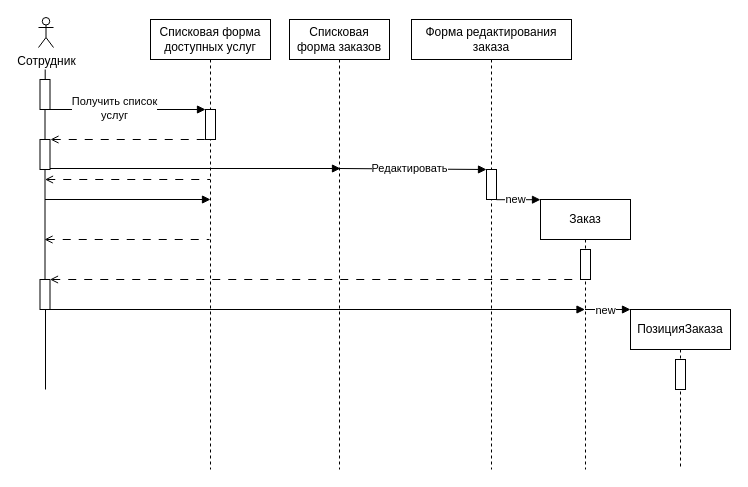
Mejioy/PPO keeps this draw.io diagram as Sequence.drawio. Above is the earlier version. Source tidied: cells renumbered, new cells numbered last; positions are measured from the earlier drawing's top-left corner, leaving out a move shared by most shapes. Both pictures are drawn from the tidied source at 100%, with x=0, y=0 at pixel (38, 17).
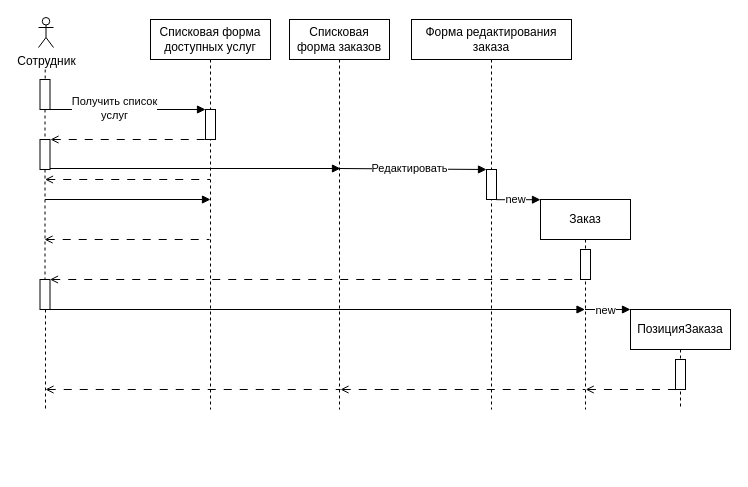
The same page after the edit.

The change refers to these unchanged cells:
```xml
<mxCell id="10" style="html=1;points=[];perimeter=orthogonalPerimeter;outlineConnect=0;targetShapes=umlLifeline;portConstraint=eastwest;newEdgeStyle={&quot;edgeStyle&quot;:&quot;elbowEdgeStyle&quot;,&quot;elbow&quot;:&quot;vertical&quot;,&quot;curved&quot;:0,&quot;rounded&quot;:0};" parent="1" vertex="1">
  <mxGeometry x="1.5" y="62" width="10" height="30" as="geometry" />
</mxCell>
<mxCell id="14" style="html=1;points=[];perimeter=orthogonalPerimeter;outlineConnect=0;targetShapes=umlLifeline;portConstraint=eastwest;newEdgeStyle={&quot;edgeStyle&quot;:&quot;elbowEdgeStyle&quot;,&quot;elbow&quot;:&quot;vertical&quot;,&quot;curved&quot;:0,&quot;rounded&quot;:0};" parent="1" vertex="1">
  <mxGeometry x="1.5" y="122" width="10" height="30" as="geometry" />
</mxCell>
<mxCell id="25" style="html=1;points=[];perimeter=orthogonalPerimeter;outlineConnect=0;targetShapes=umlLifeline;portConstraint=eastwest;newEdgeStyle={&quot;edgeStyle&quot;:&quot;elbowEdgeStyle&quot;,&quot;elbow&quot;:&quot;vertical&quot;,&quot;curved&quot;:0,&quot;rounded&quot;:0};" parent="1" vertex="1">
  <mxGeometry x="1.5" y="262" width="10" height="30" as="geometry" />
</mxCell>
```

The edit, as a diff of the source:
```diff
@@
     <mxCell id="2" value="Списковая форма доступных услуг" style="shape=umlLifeline;perimeter=lifelinePerimeter;whiteSpace=wrap;html=1;newEdgeStyle={&quot;edgeStyle&quot;:&quot;elbowEdgeStyle&quot;,&quot;elbow&quot;:&quot;vertical&quot;,&quot;curved&quot;:0,&quot;rounded&quot;:0};" parent="1" vertex="1">
-      <mxGeometry x="112" y="2" width="120" height="450" as="geometry" />
+      <mxGeometry x="112" y="2" width="120" height="390" as="geometry" />
     </mxCell>
@@
     <mxCell id="4" value="Списковая форма заказов" style="shape=umlLifeline;perimeter=lifelinePerimeter;whiteSpace=wrap;html=1;newEdgeStyle={&quot;edgeStyle&quot;:&quot;elbowEdgeStyle&quot;,&quot;elbow&quot;:&quot;vertical&quot;,&quot;curved&quot;:0,&quot;rounded&quot;:0};" parent="1" vertex="1">
-      <mxGeometry x="251" y="2" width="100" height="450" as="geometry" />
+      <mxGeometry x="251" y="2" width="100" height="390" as="geometry" />
     </mxCell>
@@
-    <mxCell id="6" style="endArrow=none;html=1;rounded=0;sourcePerimeterSpacing=0;startSize=5;" parent="1" edge="1" source="25">
+    <mxCell id="6" style="endArrow=none;html=1;rounded=0;sourcePerimeterSpacing=0;startSize=5;dashed=1;" parent="1" edge="1" source="25">
       <mxGeometry relative="1" as="geometry">
-        <mxPoint x="7" y="372" as="targetPoint" />
+        <mxPoint x="7" y="392" as="targetPoint" />
       </mxGeometry>
     </mxCell>
     <mxCell id="7" value="Форма редактирования заказа" style="shape=umlLifeline;perimeter=lifelinePerimeter;whiteSpace=wrap;html=1;newEdgeStyle={&quot;edgeStyle&quot;:&quot;elbowEdgeStyle&quot;,&quot;elbow&quot;:&quot;vertical&quot;,&quot;curved&quot;:0,&quot;rounded&quot;:0};" parent="1" vertex="1">
-      <mxGeometry x="373" y="2" width="160" height="450" as="geometry" />
+      <mxGeometry x="373" y="2" width="160" height="390" as="geometry" />
     </mxCell>
@@
-    <mxCell id="9" style="endArrow=none;html=1;rounded=0;sourcePerimeterSpacing=0;startSize=5;" parent="1" edge="1" target="10">
+    <mxCell id="9" style="endArrow=none;html=1;rounded=0;sourcePerimeterSpacing=0;startSize=5;dashed=1;" parent="1" edge="1" target="10">
       <mxGeometry relative="1" as="geometry">
         <mxPoint x="6.7" y="52" as="sourcePoint" />
       </mxGeometry>
     </mxCell>
@@
-    <mxCell id="13" style="endArrow=none;html=1;rounded=0;sourcePerimeterSpacing=0;startSize=5;" parent="1" edge="1" source="10" target="14">
+    <mxCell id="13" style="endArrow=none;html=1;rounded=0;sourcePerimeterSpacing=0;startSize=5;dashed=1;" parent="1" edge="1" source="10" target="14">
       <mxGeometry relative="1" as="geometry" />
     </mxCell>
@@
     <mxCell id="19" value="Заказ" style="shape=umlLifeline;perimeter=lifelinePerimeter;whiteSpace=wrap;html=1;outlineConnect=0;portConstraint=eastwest;newEdgeStyle={&quot;edgeStyle&quot;:&quot;elbowEdgeStyle&quot;,&quot;elbow&quot;:&quot;vertical&quot;,&quot;curved&quot;:0,&quot;rounded&quot;:0};" parent="1" vertex="1">
-      <mxGeometry x="502" y="182" width="90" height="270" as="geometry" />
+      <mxGeometry x="502" y="182" width="90" height="210" as="geometry" />
     </mxCell>
@@
-    <mxCell id="24" style="endArrow=none;html=1;rounded=0;sourcePerimeterSpacing=0;startSize=5;" parent="1" edge="1" source="14" target="25">
+    <mxCell id="24" style="endArrow=none;html=1;rounded=0;sourcePerimeterSpacing=0;startSize=5;dashed=1;" parent="1" edge="1" source="14" target="25">
       <mxGeometry relative="1" as="geometry" />
     </mxCell>
@@
     <mxCell id="29" value="ПозицияЗаказа" style="shape=umlLifeline;perimeter=lifelinePerimeter;whiteSpace=wrap;html=1;newEdgeStyle={&quot;edgeStyle&quot;:&quot;elbowEdgeStyle&quot;,&quot;elbow&quot;:&quot;vertical&quot;,&quot;curved&quot;:0,&quot;rounded&quot;:0};" parent="1" vertex="1">
-      <mxGeometry x="592" y="292" width="100" height="160" as="geometry" />
+      <mxGeometry x="592" y="292" width="100" height="100" as="geometry" />
     </mxCell>
@@
+    <mxCell id="34" style="endArrow=none;html=1;rounded=0;startArrow=open;startFill=0;dashed=1;dashPattern=8 8;" parent="1" edge="1">
+      <mxGeometry relative="1" as="geometry">
+        <mxPoint x="547.2" y="372" as="sourcePoint" />
+        <mxPoint x="637" y="372" as="targetPoint" />
+      </mxGeometry>
+    </mxCell>
+    <mxCell id="35" style="endArrow=none;html=1;rounded=0;startArrow=open;startFill=0;dashed=1;dashPattern=8 8;" parent="1" edge="1" target="19">
+      <mxGeometry relative="1" as="geometry">
+        <mxPoint x="302" y="372" as="sourcePoint" />
+      </mxGeometry>
+    </mxCell>
+    <mxCell id="36" style="endArrow=none;html=1;rounded=0;dashed=1;dashPattern=8 8;startArrow=open;startFill=0;" parent="1" edge="1">
+      <mxGeometry relative="1" as="geometry">
+        <mxPoint x="7" y="372" as="sourcePoint" />
+        <mxPoint x="302" y="372" as="targetPoint" />
+      </mxGeometry>
+    </mxCell>
```
